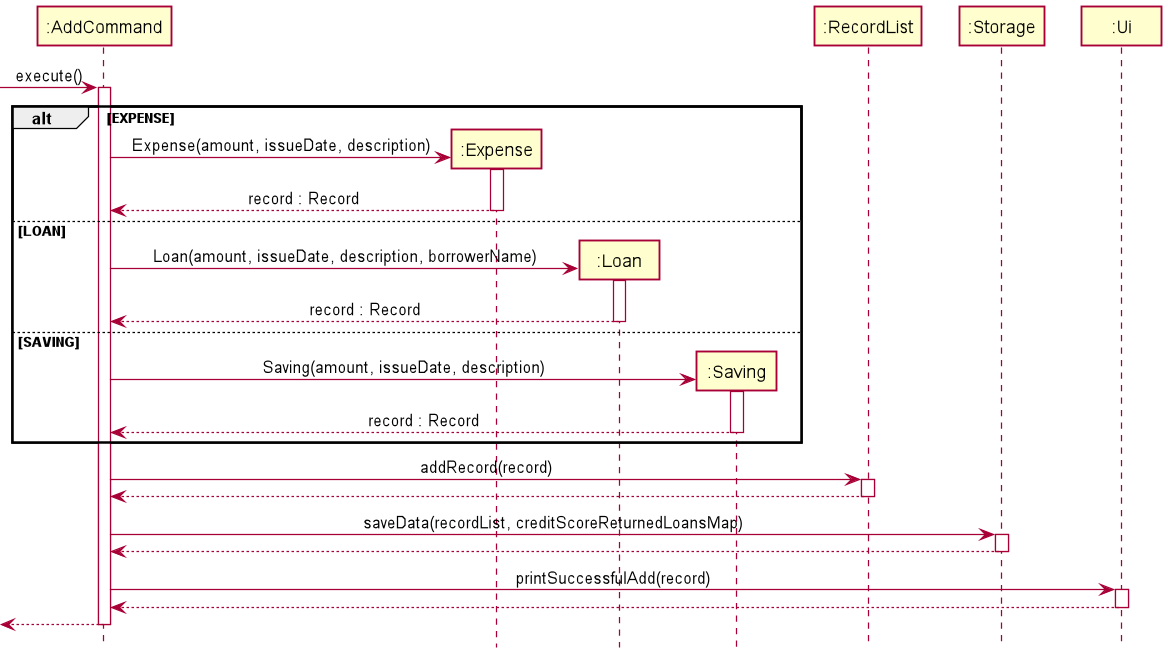
Above: docs/img/AddFeatureSequenceDiagram.png in nus-cs2113-AY2021S2/tp (PlantUML), before the change.
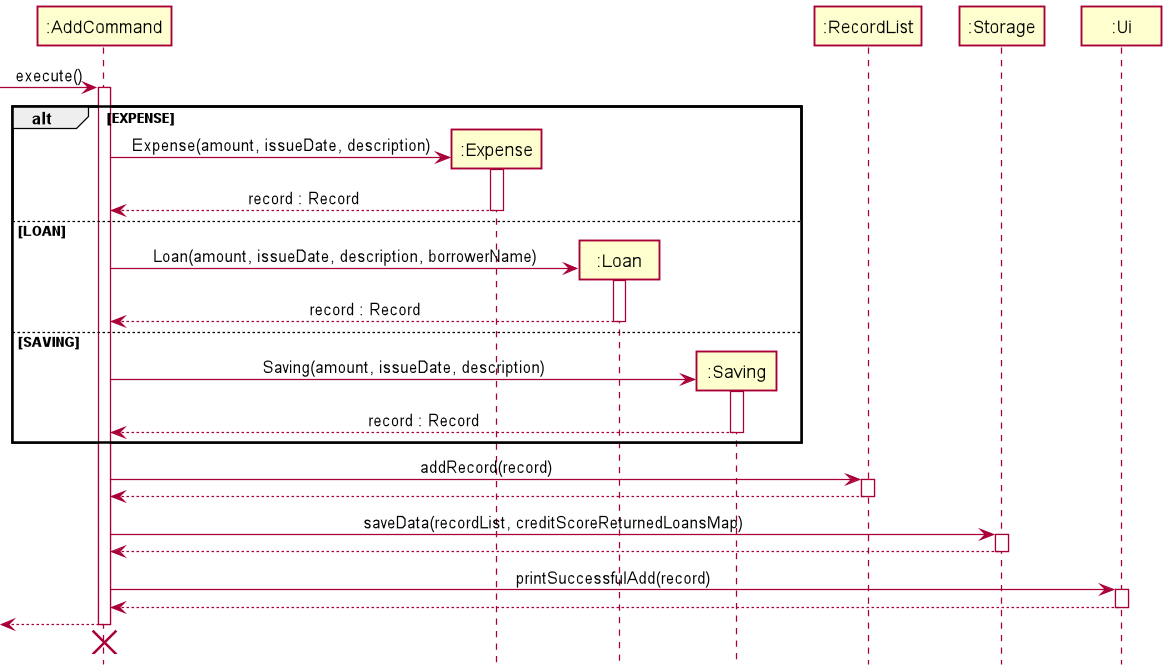
Above is the later version.

Commit message:
Update add command feature sequence diagram

The edit, as a diff of the source:
```diff
@@ -50,5 +50,7 @@
 
 [<-- AddCommand
 deactivate AddCommand
+[<-[hidden]- AddCommand
+destroy AddCommand
 
 @enduml
```
